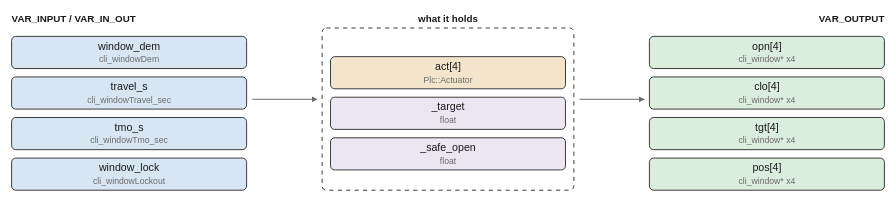
Above: images/logic/windows.drawio.svg in pstch/botanik2 (draw.io), before the change. Source tidied: cells renumbered, new cells last; positions are measured from the earlier drawing's top-left corner, leaving out a move shared by most shapes. Its diagram source:
```xml
<mxGraphModel>
  <root>
    <mxCell id="0" />
    <mxCell id="1" parent="0" />
    <mxCell id="2" value="VAR_INPUT / VAR_IN_OUT" style="text;html=1;fontSize=7;fontColor=#1a1a1a;align=left;fontStyle=1;" parent="1" vertex="1">
      <mxGeometry width="110" height="11" as="geometry" />
    </mxCell>
    <mxCell id="3" value="what it holds" style="text;html=1;fontSize=7;fontColor=#1a1a1a;align=center;fontStyle=1;" parent="1" vertex="1">
      <mxGeometry x="312" width="65" height="11" as="geometry" />
    </mxCell>
    <mxCell id="4" value="VAR_OUTPUT" style="text;html=1;fontSize=7;fontColor=#1a1a1a;align=left;fontStyle=1;" parent="1" vertex="1">
      <mxGeometry x="624" width="50" height="11" as="geometry" />
    </mxCell>
    <mxCell id="5" value="window_dem" style="rounded=1;fillColor=#d8e6f3;strokeColor=#1a1a1a;whiteSpace=wrap;html=1;fontSize=8;" parent="1" vertex="1">
      <mxGeometry y="17" width="168" height="23" as="geometry" />
    </mxCell>
    <mxCell id="6" value="travel_s" style="rounded=1;fillColor=#d8e6f3;strokeColor=#1a1a1a;whiteSpace=wrap;html=1;fontSize=8;" parent="1" vertex="1">
      <mxGeometry y="46" width="168" height="23" as="geometry" />
    </mxCell>
    <mxCell id="7" value="tmo_s" style="rounded=1;fillColor=#d8e6f3;strokeColor=#1a1a1a;whiteSpace=wrap;html=1;fontSize=8;" parent="1" vertex="1">
      <mxGeometry y="75" width="168" height="23" as="geometry" />
    </mxCell>
    <mxCell id="8" value="window_lock" style="rounded=1;fillColor=#d8e6f3;strokeColor=#1a1a1a;whiteSpace=wrap;html=1;fontSize=8;" parent="1" vertex="1">
      <mxGeometry y="104" width="168" height="23" as="geometry" />
    </mxCell>
    <mxCell id="9" value="opn[4]" style="rounded=1;fillColor=#dbeedd;strokeColor=#1a1a1a;whiteSpace=wrap;html=1;fontSize=8;" parent="1" vertex="1">
      <mxGeometry x="456" y="17" width="168" height="23" as="geometry" />
    </mxCell>
    <mxCell id="10" value="clo[4]" style="rounded=1;fillColor=#dbeedd;strokeColor=#1a1a1a;whiteSpace=wrap;html=1;fontSize=8;" parent="1" vertex="1">
      <mxGeometry x="456" y="46" width="168" height="23" as="geometry" />
    </mxCell>
    <mxCell id="11" value="tgt[4]" style="rounded=1;fillColor=#dbeedd;strokeColor=#1a1a1a;whiteSpace=wrap;html=1;fontSize=8;" parent="1" vertex="1">
      <mxGeometry x="456" y="75" width="168" height="23" as="geometry" />
    </mxCell>
    <mxCell id="12" value="pos[4]" style="rounded=1;fillColor=#dbeedd;strokeColor=#1a1a1a;whiteSpace=wrap;html=1;fontSize=8;" parent="1" vertex="1">
      <mxGeometry x="456" y="104" width="168" height="23" as="geometry" />
    </mxCell>
    <mxCell id="13" style="rounded=1;fillColor=#ffffff;strokeColor=#1a1a1a;whiteSpace=wrap;html=1;fontSize=8;dashed=1;" parent="1" vertex="1">
      <mxGeometry x="222" y="11" width="180" height="116" as="geometry" />
    </mxCell>
    <mxCell id="14" value="act[4]" style="rounded=1;fillColor=#f2e5cc;strokeColor=#1a1a1a;whiteSpace=wrap;html=1;fontSize=8;" parent="1" vertex="1">
      <mxGeometry x="228" y="31.5" width="168" height="23" as="geometry" />
    </mxCell>
    <mxCell id="15" value="_target" style="rounded=1;fillColor=#ece6f2;strokeColor=#1a1a1a;whiteSpace=wrap;html=1;fontSize=8;" parent="1" vertex="1">
      <mxGeometry x="228" y="60.5" width="168" height="23" as="geometry" />
    </mxCell>
    <mxCell id="16" value="_safe_open" style="rounded=1;fillColor=#ece6f2;strokeColor=#1a1a1a;whiteSpace=wrap;html=1;fontSize=8;" parent="1" vertex="1">
      <mxGeometry x="228" y="89.5" width="168" height="23" as="geometry" />
    </mxCell>
    <mxCell id="17" style="edgeStyle=none;html=1;strokeColor=#6b6b6b;endArrow=block;" parent="1" edge="1">
      <mxGeometry relative="1" as="geometry">
        <mxPoint x="172" y="62" as="sourcePoint" />
        <mxPoint x="218" y="62" as="targetPoint" />
      </mxGeometry>
    </mxCell>
    <mxCell id="18" style="edgeStyle=none;html=1;strokeColor=#6b6b6b;endArrow=block;" parent="1" edge="1">
      <mxGeometry relative="1" as="geometry">
        <mxPoint x="406" y="62" as="sourcePoint" />
        <mxPoint x="452" y="62" as="targetPoint" />
      </mxGeometry>
    </mxCell>
  </root>
</mxGraphModel>
```
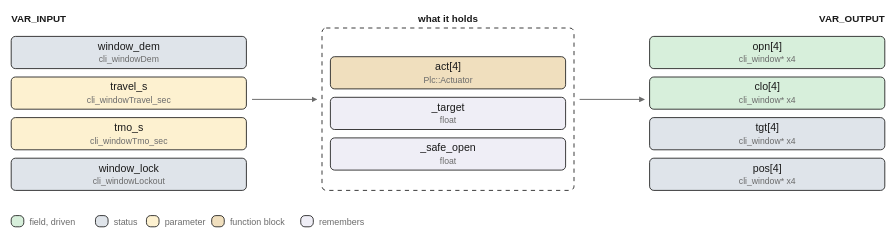
The same file after the commit.

The edit, as a diff of the source:
```diff
@@ -2,8 +2,8 @@
   <root>
     <mxCell id="0" />
     <mxCell id="1" parent="0" />
-    <mxCell id="2" value="VAR_INPUT / VAR_IN_OUT" style="text;html=1;fontSize=7;fontColor=#1a1a1a;align=left;fontStyle=1;" parent="1" vertex="1">
-      <mxGeometry width="110" height="11" as="geometry" />
+    <mxCell id="2" value="VAR_INPUT" style="text;html=1;fontSize=7;fontColor=#1a1a1a;align=left;fontStyle=1;" parent="1" vertex="1">
+      <mxGeometry width="45" height="11" as="geometry" />
     </mxCell>
     <mxCell id="3" value="what it holds" style="text;html=1;fontSize=7;fontColor=#1a1a1a;align=center;fontStyle=1;" parent="1" vertex="1">
       <mxGeometry x="312" width="65" height="11" as="geometry" />
@@ -11,40 +11,40 @@
     <mxCell id="4" value="VAR_OUTPUT" style="text;html=1;fontSize=7;fontColor=#1a1a1a;align=left;fontStyle=1;" parent="1" vertex="1">
       <mxGeometry x="624" width="50" height="11" as="geometry" />
     </mxCell>
-    <mxCell id="5" value="window_dem" style="rounded=1;fillColor=#d8e6f3;strokeColor=#1a1a1a;whiteSpace=wrap;html=1;fontSize=8;" parent="1" vertex="1">
+    <mxCell id="5" value="window_dem" style="rounded=1;fillColor=#dfe4ea;strokeColor=#1a1a1a;whiteSpace=wrap;html=1;fontSize=8;" parent="1" vertex="1">
       <mxGeometry y="17" width="168" height="23" as="geometry" />
     </mxCell>
-    <mxCell id="6" value="travel_s" style="rounded=1;fillColor=#d8e6f3;strokeColor=#1a1a1a;whiteSpace=wrap;html=1;fontSize=8;" parent="1" vertex="1">
+    <mxCell id="6" value="travel_s" style="rounded=1;fillColor=#fdf1d0;strokeColor=#1a1a1a;whiteSpace=wrap;html=1;fontSize=8;" parent="1" vertex="1">
       <mxGeometry y="46" width="168" height="23" as="geometry" />
     </mxCell>
-    <mxCell id="7" value="tmo_s" style="rounded=1;fillColor=#d8e6f3;strokeColor=#1a1a1a;whiteSpace=wrap;html=1;fontSize=8;" parent="1" vertex="1">
+    <mxCell id="7" value="tmo_s" style="rounded=1;fillColor=#fdf1d0;strokeColor=#1a1a1a;whiteSpace=wrap;html=1;fontSize=8;" parent="1" vertex="1">
       <mxGeometry y="75" width="168" height="23" as="geometry" />
     </mxCell>
-    <mxCell id="8" value="window_lock" style="rounded=1;fillColor=#d8e6f3;strokeColor=#1a1a1a;whiteSpace=wrap;html=1;fontSize=8;" parent="1" vertex="1">
+    <mxCell id="8" value="window_lock" style="rounded=1;fillColor=#dfe4ea;strokeColor=#1a1a1a;whiteSpace=wrap;html=1;fontSize=8;" parent="1" vertex="1">
       <mxGeometry y="104" width="168" height="23" as="geometry" />
     </mxCell>
-    <mxCell id="9" value="opn[4]" style="rounded=1;fillColor=#dbeedd;strokeColor=#1a1a1a;whiteSpace=wrap;html=1;fontSize=8;" parent="1" vertex="1">
+    <mxCell id="9" value="opn[4]" style="rounded=1;fillColor=#d7efdb;strokeColor=#1a1a1a;whiteSpace=wrap;html=1;fontSize=8;" parent="1" vertex="1">
       <mxGeometry x="456" y="17" width="168" height="23" as="geometry" />
     </mxCell>
-    <mxCell id="10" value="clo[4]" style="rounded=1;fillColor=#dbeedd;strokeColor=#1a1a1a;whiteSpace=wrap;html=1;fontSize=8;" parent="1" vertex="1">
+    <mxCell id="10" value="clo[4]" style="rounded=1;fillColor=#d7efdb;strokeColor=#1a1a1a;whiteSpace=wrap;html=1;fontSize=8;" parent="1" vertex="1">
       <mxGeometry x="456" y="46" width="168" height="23" as="geometry" />
     </mxCell>
-    <mxCell id="11" value="tgt[4]" style="rounded=1;fillColor=#dbeedd;strokeColor=#1a1a1a;whiteSpace=wrap;html=1;fontSize=8;" parent="1" vertex="1">
+    <mxCell id="11" value="tgt[4]" style="rounded=1;fillColor=#dfe4ea;strokeColor=#1a1a1a;whiteSpace=wrap;html=1;fontSize=8;" parent="1" vertex="1">
       <mxGeometry x="456" y="75" width="168" height="23" as="geometry" />
     </mxCell>
-    <mxCell id="12" value="pos[4]" style="rounded=1;fillColor=#dbeedd;strokeColor=#1a1a1a;whiteSpace=wrap;html=1;fontSize=8;" parent="1" vertex="1">
+    <mxCell id="12" value="pos[4]" style="rounded=1;fillColor=#dfe4ea;strokeColor=#1a1a1a;whiteSpace=wrap;html=1;fontSize=8;" parent="1" vertex="1">
       <mxGeometry x="456" y="104" width="168" height="23" as="geometry" />
     </mxCell>
     <mxCell id="13" style="rounded=1;fillColor=#ffffff;strokeColor=#1a1a1a;whiteSpace=wrap;html=1;fontSize=8;dashed=1;" parent="1" vertex="1">
       <mxGeometry x="222" y="11" width="180" height="116" as="geometry" />
     </mxCell>
-    <mxCell id="14" value="act[4]" style="rounded=1;fillColor=#f2e5cc;strokeColor=#1a1a1a;whiteSpace=wrap;html=1;fontSize=8;" parent="1" vertex="1">
+    <mxCell id="14" value="act[4]" style="rounded=1;fillColor=#f0dfbe;strokeColor=#1a1a1a;whiteSpace=wrap;html=1;fontSize=8;" parent="1" vertex="1">
       <mxGeometry x="228" y="31.5" width="168" height="23" as="geometry" />
     </mxCell>
-    <mxCell id="15" value="_target" style="rounded=1;fillColor=#ece6f2;strokeColor=#1a1a1a;whiteSpace=wrap;html=1;fontSize=8;" parent="1" vertex="1">
+    <mxCell id="15" value="_target" style="rounded=1;fillColor=#efeef6;strokeColor=#1a1a1a;whiteSpace=wrap;html=1;fontSize=8;" parent="1" vertex="1">
       <mxGeometry x="228" y="60.5" width="168" height="23" as="geometry" />
     </mxCell>
-    <mxCell id="16" value="_safe_open" style="rounded=1;fillColor=#ece6f2;strokeColor=#1a1a1a;whiteSpace=wrap;html=1;fontSize=8;" parent="1" vertex="1">
+    <mxCell id="16" value="_safe_open" style="rounded=1;fillColor=#efeef6;strokeColor=#1a1a1a;whiteSpace=wrap;html=1;fontSize=8;" parent="1" vertex="1">
       <mxGeometry x="228" y="89.5" width="168" height="23" as="geometry" />
     </mxCell>
     <mxCell id="17" style="edgeStyle=none;html=1;strokeColor=#6b6b6b;endArrow=block;" parent="1" edge="1">
@@ -59,5 +59,35 @@
         <mxPoint x="452" y="62" as="targetPoint" />
       </mxGeometry>
     </mxCell>
+    <mxCell id="19" style="rounded=1;fillColor=#d7efdb;strokeColor=#1a1a1a;whiteSpace=wrap;html=1;fontSize=8;" parent="1" vertex="1">
+      <mxGeometry y="145" width="9" height="8" as="geometry" />
+    </mxCell>
+    <mxCell id="20" value="field, driven" style="text;html=1;fontSize=6;fontColor=#6b6b6b;align=left;" parent="1" vertex="1">
+      <mxGeometry x="13" y="145.6" width="65" height="10.4" as="geometry" />
+    </mxCell>
+    <mxCell id="21" style="rounded=1;fillColor=#dfe4ea;strokeColor=#1a1a1a;whiteSpace=wrap;html=1;fontSize=8;" parent="1" vertex="1">
+      <mxGeometry x="60.2" y="145" width="9" height="8" as="geometry" />
+    </mxCell>
+    <mxCell id="22" value="status" style="text;html=1;fontSize=6;fontColor=#6b6b6b;align=left;" parent="1" vertex="1">
+      <mxGeometry x="73.2" y="145.6" width="40" height="10.4" as="geometry" />
+    </mxCell>
+    <mxCell id="23" style="rounded=1;fillColor=#fdf1d0;strokeColor=#1a1a1a;whiteSpace=wrap;html=1;fontSize=8;" parent="1" vertex="1">
+      <mxGeometry x="96.6" y="145" width="9" height="8" as="geometry" />
+    </mxCell>
+    <mxCell id="24" value="parameter" style="text;html=1;fontSize=6;fontColor=#6b6b6b;align=left;" parent="1" vertex="1">
+      <mxGeometry x="109.6" y="145.6" width="45" height="10.4" as="geometry" />
+    </mxCell>
+    <mxCell id="25" style="rounded=1;fillColor=#f0dfbe;strokeColor=#1a1a1a;whiteSpace=wrap;html=1;fontSize=8;" parent="1" vertex="1">
+      <mxGeometry x="143.2" y="145" width="9" height="8" as="geometry" />
+    </mxCell>
+    <mxCell id="26" value="function block" style="text;html=1;fontSize=6;fontColor=#6b6b6b;align=left;" parent="1" vertex="1">
+      <mxGeometry x="156.2" y="145.6" width="70" height="10.4" as="geometry" />
+    </mxCell>
+    <mxCell id="27" style="rounded=1;fillColor=#efeef6;strokeColor=#1a1a1a;whiteSpace=wrap;html=1;fontSize=8;" parent="1" vertex="1">
+      <mxGeometry x="206.8" y="145" width="9" height="8" as="geometry" />
+    </mxCell>
+    <mxCell id="28" value="remembers" style="text;html=1;fontSize=6;fontColor=#6b6b6b;align=left;" parent="1" vertex="1">
+      <mxGeometry x="219.8" y="145.6" width="45" height="10.4" as="geometry" />
+    </mxCell>
   </root>
 </mxGraphModel>
```
